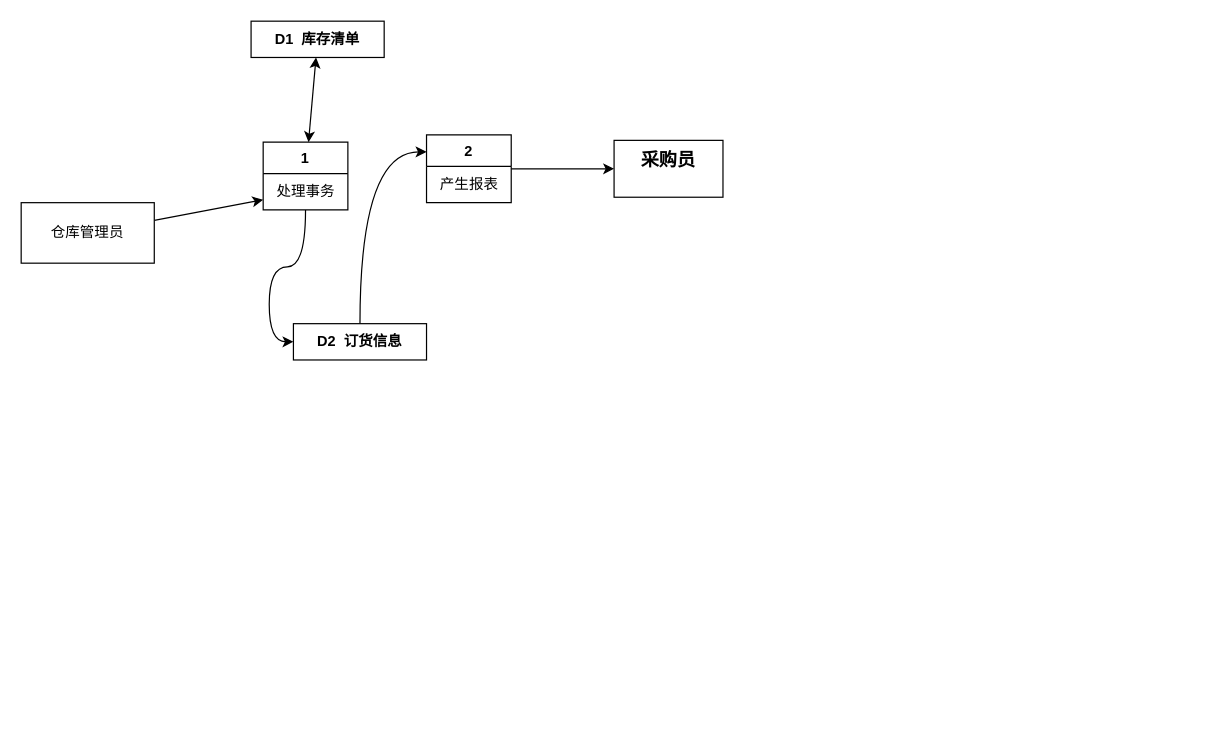
The draw.io diagram map/uml-dataflow.drawio in msqtt/Sources, before the edit. Source tidied: cells renumbered, new cells numbered last; positions are measured from the earlier drawing's top-left corner, leaving out a move shared by most shapes. Both pictures are drawn from the tidied source at 121%, with x=0, y=0 at pixel (21, 21).
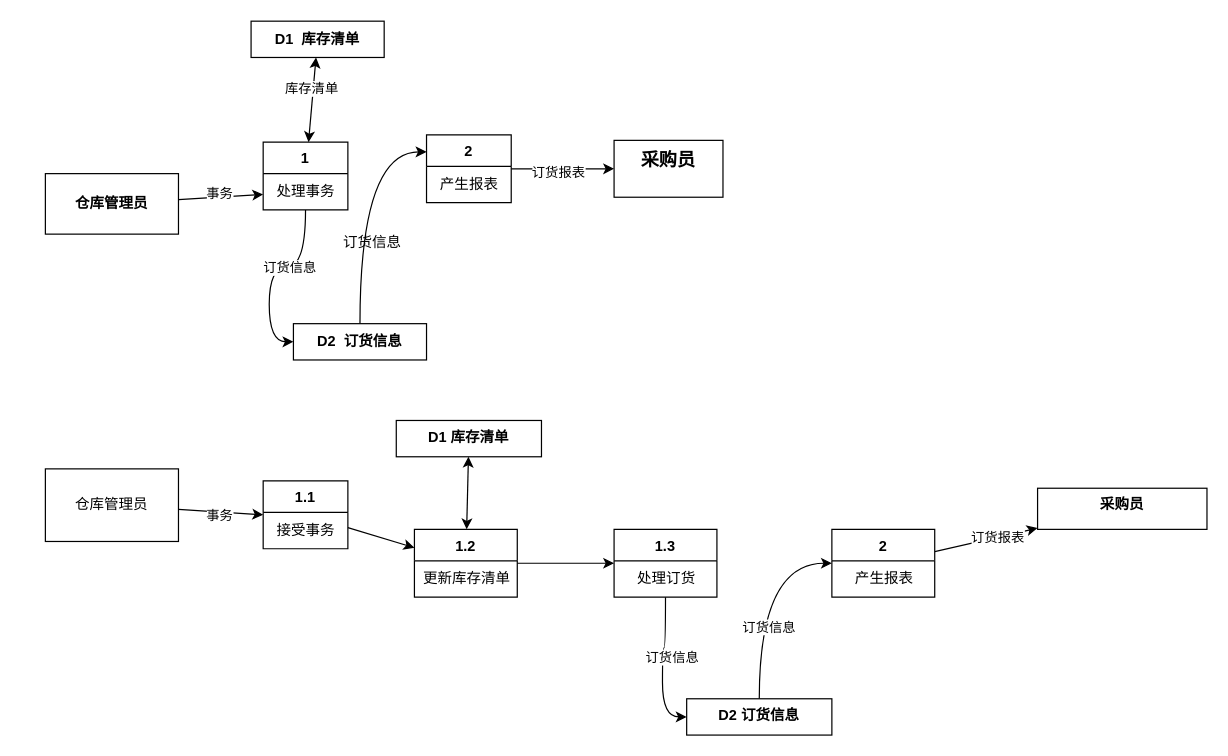
The same page after the edit.

The change refers to these unchanged cells:
```xml
<mxCell id="2" style="rounded=0;jettySize=auto;html=1;" parent="1" edge="1" source="3" target="6">
  <mxGeometry relative="1" as="geometry" />
</mxCell>
<mxCell id="4" style="rounded=0;jettySize=auto;html=1;startArrow=classic;startFill=1;" parent="1" edge="1" source="5" target="7">
  <mxGeometry relative="1" as="geometry" />
</mxCell>
<mxCell id="8" style="rounded=0;jettySize=auto;html=1;" parent="1" edge="1" source="9" target="14">
  <mxGeometry relative="1" as="geometry" />
</mxCell>
<mxCell id="13" style="edgeStyle=orthogonalEdgeStyle;rounded=0;jettySize=auto;html=1;entryX=0;entryY=0.5;entryDx=0;entryDy=0;curved=1;" parent="1" edge="1" source="6" target="12">
  <mxGeometry relative="1" as="geometry" />
</mxCell>
```

What changed in the source:
```diff
@@
+    <mxCell id="15" value="事务" style="edgeLabel;html=1;align=center;verticalAlign=middle;" parent="2" vertex="1">
+      <mxGeometry x="-0.03" y="3" relative="1" as="geometry" />
+    </mxCell>
-    <mxCell id="3" value="&lt;div&gt;仓库管理员&lt;/div&gt;" style="html=1;whiteSpace=wrap;" parent="1" vertex="1">
-      <mxGeometry y="150" width="110" height="50" as="geometry" />
+    <mxCell id="3" value="&lt;div&gt;&lt;b&gt;仓库管理员&lt;/b&gt;&lt;/div&gt;" style="html=1;whiteSpace=wrap;" parent="1" vertex="1">
+      <mxGeometry x="20" y="126" width="110" height="50" as="geometry" />
     </mxCell>
@@
+    <mxCell id="16" value="库存清单" style="edgeLabel;html=1;align=center;verticalAlign=middle;" parent="4" vertex="1">
+      <mxGeometry x="0.25" y="2" relative="1" as="geometry" />
+    </mxCell>
@@
+    <mxCell id="17" value="订货报表" style="edgeLabel;html=1;align=center;verticalAlign=middle;" parent="8" vertex="1">
+      <mxGeometry x="-0.11" y="-2" relative="1" as="geometry" />
+    </mxCell>
@@
+    <mxCell id="18" value="订货信息" style="edgeLabel;html=1;align=center;verticalAlign=middle;" parent="13" vertex="1">
+      <mxGeometry x="-0.23" relative="1" as="geometry" />
+    </mxCell>
@@
+    <mxCell id="19" value="订货信息" style="text;html=1;align=center;verticalAlign=middle;strokeColor=none;fillColor=none;" parent="1" vertex="1">
+      <mxGeometry x="255" y="168" width="70" height="30" as="geometry" />
+    </mxCell>
+    <mxCell id="20" style="rounded=0;jettySize=auto;html=1;entryX=0;entryY=0.5;entryDx=0;entryDy=0;" parent="1" edge="1" source="22" target="24">
+      <mxGeometry relative="1" as="geometry" />
+    </mxCell>
+    <mxCell id="21" value="事务" style="edgeLabel;html=1;align=center;verticalAlign=middle;" parent="20" vertex="1">
+      <mxGeometry x="-0.03" y="-3" relative="1" as="geometry" />
+    </mxCell>
+    <mxCell id="22" value="仓库管理员" style="rounded=0;whiteSpace=wrap;html=1;" parent="1" vertex="1">
+      <mxGeometry x="20" y="370" width="110" height="60" as="geometry" />
+    </mxCell>
+    <mxCell id="23" style="rounded=0;jettySize=auto;html=1;" parent="1" edge="1" source="24" target="28">
+      <mxGeometry relative="1" as="geometry" />
+    </mxCell>
+    <mxCell id="24" value="1.1" style="swimlane;fontStyle=1;align=center;verticalAlign=top;horizontal=1;startSize=26;whiteSpace=wrap;html=1;" parent="1" vertex="1">
+      <mxGeometry x="200" y="380" width="70" height="56" as="geometry" />
+    </mxCell>
+    <mxCell id="25" value="接受事务" style="text;html=1;align=center;verticalAlign=middle;strokeColor=none;fillColor=none;" parent="24" vertex="1">
+      <mxGeometry y="26" width="70" height="30" as="geometry" />
+    </mxCell>
+    <mxCell id="26" style="rounded=0;jettySize=auto;html=1;startArrow=classic;startFill=1;" parent="1" edge="1" source="28" target="30">
+      <mxGeometry relative="1" as="geometry" />
+    </mxCell>
+    <mxCell id="27" style="edgeStyle=orthogonalEdgeStyle;rounded=0;jettySize=auto;html=1;" parent="1" edge="1" source="28" target="33">
+      <mxGeometry relative="1" as="geometry" />
+    </mxCell>
+    <mxCell id="28" value="1.2" style="swimlane;fontStyle=1;align=center;verticalAlign=top;horizontal=1;startSize=26;whiteSpace=wrap;html=1;" parent="1" vertex="1">
+      <mxGeometry x="325" y="420" width="85" height="56" as="geometry" />
+    </mxCell>
+    <mxCell id="29" value="更新库存清单" style="text;html=1;align=center;verticalAlign=middle;strokeColor=none;fillColor=none;" parent="28" vertex="1">
+      <mxGeometry y="26" width="85" height="30" as="geometry" />
+    </mxCell>
+    <mxCell id="30" value="D1 库存清单" style="whiteSpace=wrap;html=1;verticalAlign=top;fontStyle=1;startSize=26;" parent="1" vertex="1">
+      <mxGeometry x="310" y="330" width="120" height="30" as="geometry" />
+    </mxCell>
+    <mxCell id="31" style="edgeStyle=orthogonalEdgeStyle;rounded=0;jettySize=auto;html=1;curved=1;entryX=0;entryY=0.5;entryDx=0;entryDy=0;" parent="1" edge="1" source="33" target="37">
+      <mxGeometry relative="1" as="geometry" />
+    </mxCell>
+    <mxCell id="32" value="订货信息" style="edgeLabel;html=1;align=center;verticalAlign=middle;" parent="31" vertex="1">
+      <mxGeometry x="-0.14" y="6" relative="1" as="geometry">
+        <mxPoint x="1" as="offset" />
+      </mxGeometry>
+    </mxCell>
+    <mxCell id="33" value="1.3" style="swimlane;fontStyle=1;align=center;verticalAlign=top;horizontal=1;startSize=26;whiteSpace=wrap;html=1;" parent="1" vertex="1">
+      <mxGeometry x="490" y="420" width="85" height="56" as="geometry" />
+    </mxCell>
+    <mxCell id="34" value="处理订货" style="text;html=1;align=center;verticalAlign=middle;strokeColor=none;fillColor=none;" parent="33" vertex="1">
+      <mxGeometry y="26" width="85" height="30" as="geometry" />
+    </mxCell>
+    <mxCell id="35" style="edgeStyle=orthogonalEdgeStyle;rounded=0;jettySize=auto;html=1;entryX=0;entryY=0.5;entryDx=0;entryDy=0;curved=1;" parent="1" edge="1" source="37" target="40">
+      <mxGeometry relative="1" as="geometry" />
+    </mxCell>
+    <mxCell id="36" value="订货信息" style="edgeLabel;html=1;align=center;verticalAlign=middle;" parent="35" vertex="1">
+      <mxGeometry x="-0.3" y="-7" relative="1" as="geometry" />
+    </mxCell>
+    <mxCell id="37" value="D2 订货信息" style="whiteSpace=wrap;html=1;verticalAlign=top;fontStyle=1;startSize=26;" parent="1" vertex="1">
+      <mxGeometry x="550" y="560" width="120" height="30" as="geometry" />
+    </mxCell>
+    <mxCell id="38" style="rounded=0;jettySize=auto;html=1;" parent="1" edge="1" source="40" target="42">
+      <mxGeometry relative="1" as="geometry" />
+    </mxCell>
+    <mxCell id="39" value="订货报表" style="edgeLabel;html=1;align=center;verticalAlign=middle;" parent="38" vertex="1">
+      <mxGeometry x="0.22" relative="1" as="geometry" />
+    </mxCell>
+    <mxCell id="40" value="2" style="swimlane;fontStyle=1;align=center;verticalAlign=top;horizontal=1;startSize=26;whiteSpace=wrap;html=1;" parent="1" vertex="1">
+      <mxGeometry x="670" y="420" width="85" height="56" as="geometry" />
+    </mxCell>
+    <mxCell id="41" value="产生报表" style="text;html=1;align=center;verticalAlign=middle;strokeColor=none;fillColor=none;" parent="40" vertex="1">
+      <mxGeometry y="26" width="85" height="30" as="geometry" />
+    </mxCell>
+    <mxCell id="42" value="采购员" style="whiteSpace=wrap;html=1;verticalAlign=top;fontStyle=1;startSize=26;" parent="1" vertex="1">
+      <mxGeometry x="840" y="386" width="140" height="34" as="geometry" />
+    </mxCell>
```
